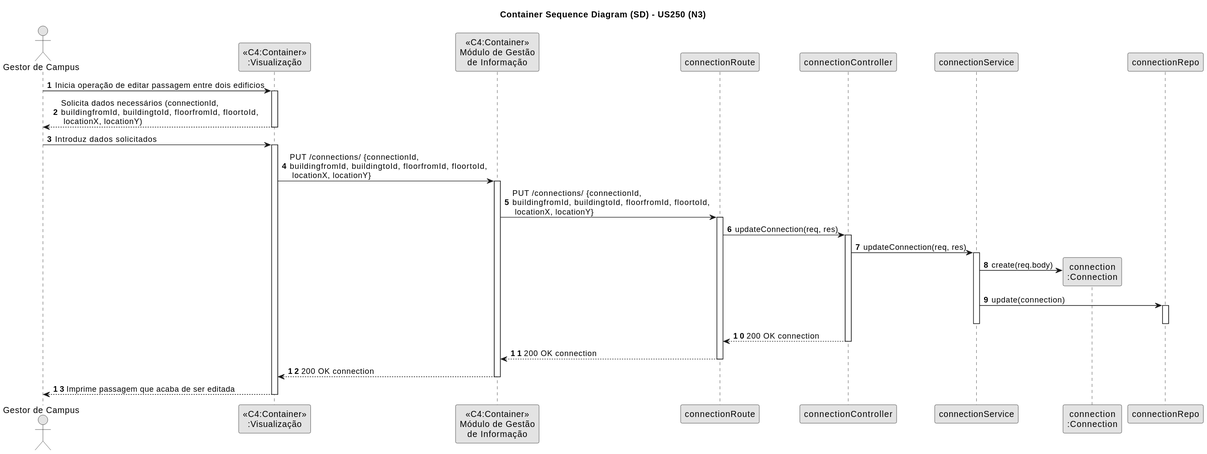
The PlantUML diagram docs/1211171/us250/SD-N3-US250.svg in pedrocmesquita/RobDroneGo, before a commit.
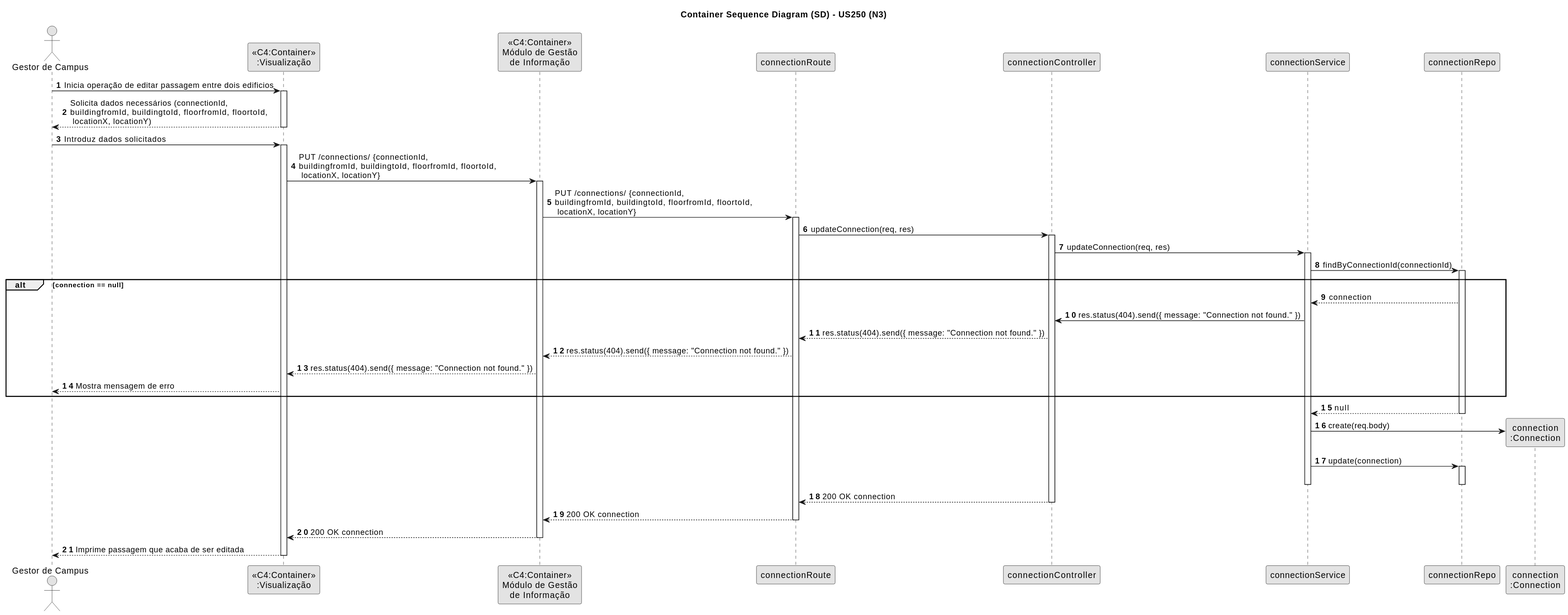
After the commit.

Change to the diagram source:
```diff
@@ -24,7 +24,21 @@
 connectionRoute -> connectionController: updateConnection(req, res)
 activate connectionController
 connectionController -> connectionService: updateConnection(req, res)
+
 activate connectionService
+connectionService -> connectionRepo: findByConnectionId(connectionId)
+activate connectionRepo
+alt connection == null
+connectionRepo --> connectionService: connection
+connectionService -> connectionController: res.status(404).send({ message: "Connection not found." })
+connectionController --> connectionRoute: res.status(404).send({ message: "Connection not found." })
+connectionRoute --> "<<C4:Container>>\nMódulo de Gestão\nde Informação": res.status(404).send({ message: "Connection not found." })
+"<<C4:Container>>\nMódulo de Gestão\nde Informação" --> "<<C4:Container>>\n:Visualização": res.status(404).send({ message: "Connection not found." })
+"<<C4:Container>>\n:Visualização" --> "Gestor de Campus": Mostra mensagem de erro
+
+end
+connectionRepo --> connectionService: null
+deactivate connectionRepo
 connectionService -> "connection\n:Connection"**: create(req.body)
 connectionService -> connectionRepo: update(connection)
 activate connectionRepo
```
